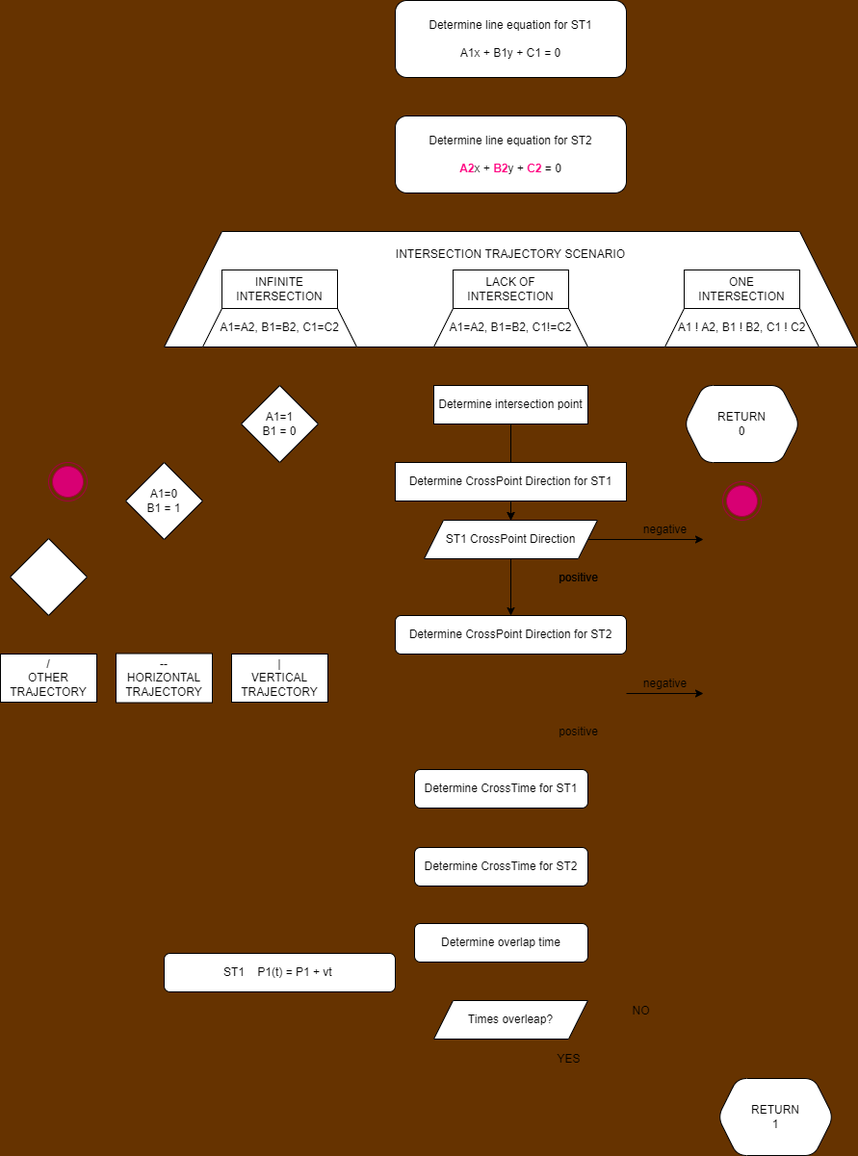
This is test.drawio.png from bajraan/MWP3_2C1---Stonogi, a draw.io export, as it was before one commit. Source tidied: cells renumbered, new cells last; positions are measured from the earlier drawing's top-left corner, leaving out a move shared by most shapes.
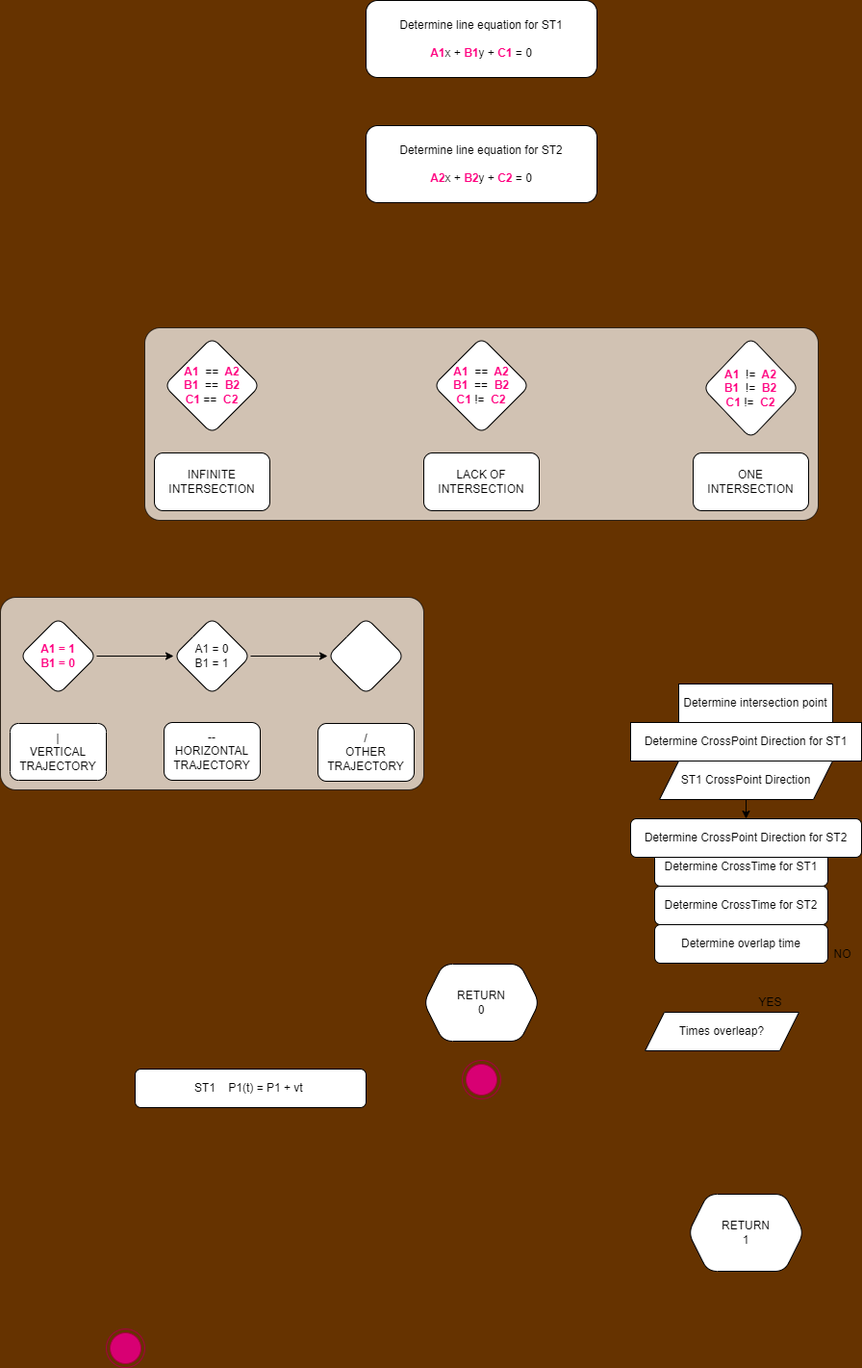
The same diagram one commit later.

The edit, as a diff of the source:
```diff
@@ -2,130 +2,107 @@
   <root>
     <mxCell id="0" />
     <mxCell id="1" parent="0" />
+    <mxCell id="42" style="rounded=1;whiteSpace=wrap;html=1;fontColor=#FF0080;opacity=70;strokeOpacity=100;fillOpacity=100;glass=0;sketch=0;shadow=0;arcSize=8;" parent="1" vertex="1">
+      <mxGeometry x="30" y="500" width="440" height="200" as="geometry" />
+    </mxCell>
+    <mxCell id="43" style="rounded=1;whiteSpace=wrap;html=1;fontColor=#FF0080;opacity=70;strokeOpacity=100;fillOpacity=100;glass=0;sketch=0;shadow=0;arcSize=8;" parent="1" vertex="1">
+      <mxGeometry x="180" y="220" width="700" height="200" as="geometry" />
+    </mxCell>
-    <mxCell id="2" value="Determine line equation for ST1&lt;br&gt;&lt;br&gt;A1x + B1y + C1 = 0" style="whiteSpace=wrap;html=1;rounded=1;" parent="1" vertex="1">
-      <mxGeometry x="410" width="240" height="80" as="geometry" />
+    <mxCell id="2" value="Determine line equation for ST1&lt;br&gt;&lt;br&gt;&lt;b&gt;&lt;font color=&quot;#ff0080&quot;&gt;A1&lt;/font&gt;&lt;/b&gt;x +&amp;nbsp;&lt;b&gt;&lt;font color=&quot;#ff0080&quot;&gt;B1&lt;/font&gt;&lt;/b&gt;y +&amp;nbsp;&lt;b&gt;&lt;font color=&quot;#ff0080&quot;&gt;C1&lt;/font&gt;&lt;/b&gt;&amp;nbsp;= 0" style="whiteSpace=wrap;html=1;rounded=1;" parent="1" vertex="1">
+      <mxGeometry x="410" y="-120" width="240" height="80" as="geometry" />
     </mxCell>
     <mxCell id="3" value="Determine line equation for ST2&lt;br&gt;&lt;br&gt;&lt;b&gt;&lt;font color=&quot;#ff0080&quot;&gt;A2&lt;/font&gt;&lt;/b&gt;x + &lt;b&gt;&lt;font color=&quot;#ff0080&quot;&gt;B2&lt;/font&gt;&lt;/b&gt;y + &lt;b&gt;&lt;font color=&quot;#ff0080&quot;&gt;C2&lt;/font&gt;&lt;/b&gt; = 0" style="whiteSpace=wrap;html=1;rounded=1;" parent="1" vertex="1">
-      <mxGeometry x="410" y="120" width="240" height="80" as="geometry" />
+      <mxGeometry x="410" y="10" width="240" height="80" as="geometry" />
     </mxCell>
-    <mxCell id="4" style="edgeStyle=none;html=1;fontColor=#FF0080;" parent="1" edge="1" source="5" target="17">
-      <mxGeometry relative="1" as="geometry" />
-    </mxCell>
     <mxCell id="5" value="Determine intersection point" style="whiteSpace=wrap;html=1;rounded=0;" parent="1" vertex="1">
-      <mxGeometry x="450" y="400" width="160" height="40" as="geometry" />
+      <mxGeometry x="735" y="590" width="160" height="40" as="geometry" />
     </mxCell>
     <mxCell id="6" value="Determine CrossTime for ST1" style="whiteSpace=wrap;html=1;rounded=1;" parent="1" vertex="1">
-      <mxGeometry x="430" y="799" width="180" height="40" as="geometry" />
+      <mxGeometry x="710" y="760" width="180" height="40" as="geometry" />
     </mxCell>
     <mxCell id="7" value="Determine CrossTime for ST2" style="whiteSpace=wrap;html=1;rounded=1;" parent="1" vertex="1">
-      <mxGeometry x="430" y="880" width="180" height="40" as="geometry" />
+      <mxGeometry x="710" y="800" width="180" height="40" as="geometry" />
     </mxCell>
     <mxCell id="8" value="Determine overlap time" style="whiteSpace=wrap;html=1;rounded=1;" parent="1" vertex="1">
-      <mxGeometry x="430" y="959" width="180" height="40" as="geometry" />
+      <mxGeometry x="710" y="840" width="180" height="40" as="geometry" />
     </mxCell>
     <mxCell id="9" value="RETURN&lt;br&gt;0" style="shape=hexagon;perimeter=hexagonPerimeter2;whiteSpace=wrap;html=1;fixedSize=1;rounded=1;" parent="1" vertex="1">
-      <mxGeometry x="710" y="400" width="120" height="80" as="geometry" />
+      <mxGeometry x="470" y="881" width="120" height="80" as="geometry" />
     </mxCell>
     <mxCell id="10" value="RETURN&lt;br&gt;1" style="shape=hexagon;perimeter=hexagonPerimeter2;whiteSpace=wrap;html=1;fixedSize=1;rounded=1;" parent="1" vertex="1">
       <mxGeometry x="745" y="1120" width="120" height="80" as="geometry" />
     </mxCell>
     <mxCell id="11" value="NO" style="text;html=1;align=center;verticalAlign=middle;fillColor=none;strokeColor=none;rounded=0;" parent="1" vertex="1">
-      <mxGeometry x="650" y="1040" width="30" height="20" as="geometry" />
+      <mxGeometry x="890" y="861" width="30" height="20" as="geometry" />
     </mxCell>
     <mxCell id="12" value="YES" style="text;html=1;align=center;verticalAlign=middle;fillColor=none;strokeColor=none;rounded=0;" parent="1" vertex="1">
-      <mxGeometry x="570" y="1090" width="40" height="20" as="geometry" />
+      <mxGeometry x="810" y="911" width="40" height="20" as="geometry" />
     </mxCell>
-    <mxCell id="13" style="edgeStyle=none;html=1;entryX=0.5;entryY=0;entryDx=0;entryDy=0;" parent="1" edge="1" source="14" target="17">
-      <mxGeometry relative="1" as="geometry" />
-    </mxCell>
     <mxCell id="14" value="Determine CrossPoint Direction for ST1" style="whiteSpace=wrap;html=1;rounded=0;fillColor=default;" parent="1" vertex="1">
-      <mxGeometry x="410" y="480" width="240" height="40" as="geometry" />
+      <mxGeometry x="685" y="630" width="240" height="40" as="geometry" />
     </mxCell>
-    <mxCell id="15" style="edgeStyle=none;html=1;" parent="1" edge="1" source="17">
-      <mxGeometry relative="1" as="geometry">
-        <mxPoint x="730" y="560" as="targetPoint" />
-      </mxGeometry>
-    </mxCell>
     <mxCell id="16" style="edgeStyle=none;html=1;entryX=0.5;entryY=0;entryDx=0;entryDy=0;" parent="1" edge="1" source="17" target="18">
       <mxGeometry relative="1" as="geometry" />
     </mxCell>
     <mxCell id="17" value="ST1 CrossPoint Direction" style="shape=parallelogram;perimeter=parallelogramPerimeter;whiteSpace=wrap;html=1;fixedSize=1;rounded=0;" parent="1" vertex="1">
-      <mxGeometry x="440" y="540" width="180" height="40" as="geometry" />
+      <mxGeometry x="715" y="670" width="180" height="40" as="geometry" />
     </mxCell>
     <mxCell id="18" value="Determine CrossPoint Direction for ST2" style="whiteSpace=wrap;html=1;rounded=1;" parent="1" vertex="1">
-      <mxGeometry x="410" y="639" width="240" height="40" as="geometry" />
+      <mxGeometry x="685" y="730" width="240" height="40" as="geometry" />
     </mxCell>
     <mxCell id="19" value="Times overleap?" style="shape=parallelogram;perimeter=parallelogramPerimeter;whiteSpace=wrap;html=1;fixedSize=1;rounded=0;size=20;" parent="1" vertex="1">
-      <mxGeometry x="450" y="1039" width="160" height="40" as="geometry" />
+      <mxGeometry x="700" y="931" width="160" height="40" as="geometry" />
     </mxCell>
-    <mxCell id="20" value="negative" style="text;html=1;align=center;verticalAlign=middle;fillColor=none;strokeColor=none;rounded=0;" parent="1" vertex="1">
-      <mxGeometry x="660" y="540" width="60" height="20" as="geometry" />
-    </mxCell>
-    <mxCell id="21" value="positive" style="text;html=1;align=center;verticalAlign=middle;fillColor=none;strokeColor=none;rounded=0;" parent="1" vertex="1">
-      <mxGeometry x="570" y="590" width="60" height="20" as="geometry" />
-    </mxCell>
-    <mxCell id="22" value="positive" style="text;html=1;align=center;verticalAlign=middle;fillColor=none;strokeColor=none;rounded=0;" parent="1" vertex="1">
-      <mxGeometry x="570" y="590" width="60" height="20" as="geometry" />
-    </mxCell>
-    <mxCell id="23" style="edgeStyle=none;html=1;" parent="1" edge="1">
-      <mxGeometry relative="1" as="geometry">
-        <mxPoint x="650" y="720" as="sourcePoint" />
-        <mxPoint x="730" y="720" as="targetPoint" />
-      </mxGeometry>
-    </mxCell>
-    <mxCell id="24" value="negative" style="text;html=1;align=center;verticalAlign=middle;fillColor=none;strokeColor=none;rounded=0;" parent="1" vertex="1">
-      <mxGeometry x="660" y="700" width="60" height="20" as="geometry" />
-    </mxCell>
-    <mxCell id="25" value="positive" style="text;html=1;align=center;verticalAlign=middle;fillColor=none;strokeColor=none;rounded=0;" parent="1" vertex="1">
-      <mxGeometry x="570" y="750" width="60" height="20" as="geometry" />
-    </mxCell>
-    <mxCell id="26" value="INTERSECTION TRAJECTORY SCENARIO&lt;br&gt;&lt;br&gt;&lt;br&gt;&lt;br&gt;&lt;br&gt;&lt;br&gt;" style="shape=trapezoid;perimeter=trapezoidPerimeter;whiteSpace=wrap;html=1;fixedSize=1;size=60;" parent="1" vertex="1">
-      <mxGeometry x="170" y="240" width="720" height="120" as="geometry" />
-    </mxCell>
-    <mxCell id="27" value="A1=A2, B1=B2, C1=C2" style="shape=trapezoid;perimeter=trapezoidPerimeter;whiteSpace=wrap;html=1;fixedSize=1;" parent="1" vertex="1">
-      <mxGeometry x="210" y="320" width="160" height="40" as="geometry" />
+    <mxCell id="27" value="&lt;b&gt;&lt;font color=&quot;#ff0080&quot;&gt;A1&amp;nbsp;&amp;nbsp;&lt;/font&gt;&lt;/b&gt;==&amp;nbsp;&lt;b&gt;&lt;font color=&quot;#ff0080&quot;&gt;&amp;nbsp;A2&lt;br&gt;B1&amp;nbsp;&amp;nbsp;&lt;/font&gt;&lt;/b&gt;==&amp;nbsp;&lt;b&gt;&lt;font color=&quot;#ff0080&quot;&gt;&amp;nbsp;B2&lt;br&gt;C1&amp;nbsp;&lt;/font&gt;&lt;/b&gt;==&amp;nbsp;&lt;b&gt;&lt;font color=&quot;#ff0080&quot;&gt;&amp;nbsp;C2&lt;/font&gt;&lt;/b&gt;" style="shape=rhombus;perimeter=trapezoidPerimeter;whiteSpace=wrap;html=1;fixedSize=1;size=-40;&#10;rounded=1;rounded=1;" parent="1" vertex="1">
+      <mxGeometry x="200" y="230" width="100" height="100" as="geometry" />
     </mxCell>
-    <mxCell id="28" value="&lt;span&gt;A1=A2, B1=B2, C1!=C2&lt;/span&gt;" style="shape=trapezoid;perimeter=trapezoidPerimeter;whiteSpace=wrap;html=1;fixedSize=1;" parent="1" vertex="1">
-      <mxGeometry x="450" y="320" width="160" height="40" as="geometry" />
+    <mxCell id="28" value="&lt;b&gt;&lt;font color=&quot;#ff0080&quot;&gt;A1&amp;nbsp;&amp;nbsp;&lt;/font&gt;&lt;/b&gt;==&amp;nbsp;&lt;b&gt;&lt;font color=&quot;#ff0080&quot;&gt;&amp;nbsp;A2&lt;br&gt;B1&amp;nbsp;&amp;nbsp;&lt;/font&gt;&lt;/b&gt;==&amp;nbsp;&lt;b&gt;&lt;font color=&quot;#ff0080&quot;&gt;&amp;nbsp;B2&lt;br&gt;C1 &lt;/font&gt;&lt;/b&gt;!=&amp;nbsp;&lt;b&gt;&lt;font color=&quot;#ff0080&quot;&gt;&amp;nbsp;C2&lt;/font&gt;&lt;/b&gt;" style="shape=rhombus;rounded=1;whiteSpace=wrap;html=1;fixedSize=1;" parent="1" vertex="1">
+      <mxGeometry x="480" y="230" width="100" height="100" as="geometry" />
     </mxCell>
-    <mxCell id="29" value="&lt;span&gt;A1 ! A2, B1 ! B2, C1 ! C2&lt;/span&gt;" style="shape=trapezoid;perimeter=trapezoidPerimeter;whiteSpace=wrap;html=1;fixedSize=1;" parent="1" vertex="1">
-      <mxGeometry x="690" y="320" width="160" height="40" as="geometry" />
+    <mxCell id="29" value="&lt;b&gt;&lt;font color=&quot;#ff0080&quot;&gt;A1&amp;nbsp; &lt;/font&gt;&lt;/b&gt;!=&amp;nbsp;&lt;b&gt;&lt;font color=&quot;#ff0080&quot;&gt;&amp;nbsp;A2&lt;br&gt;B1&amp;nbsp;&amp;nbsp;&lt;/font&gt;&lt;/b&gt;!=&amp;nbsp;&lt;b&gt;&lt;font color=&quot;#ff0080&quot;&gt;&amp;nbsp;B2&lt;br&gt;C1&amp;nbsp;&lt;/font&gt;&lt;/b&gt;!=&amp;nbsp;&lt;b&gt;&lt;font color=&quot;#ff0080&quot;&gt;&amp;nbsp;C2&lt;/font&gt;&lt;/b&gt;" style="rhombus;rounded=1;whiteSpace=wrap;html=1;fixedSize=1;" parent="1" vertex="1">
+      <mxGeometry x="760" y="230" width="100" height="105" as="geometry" />
     </mxCell>
-    <mxCell id="30" value="INFINITE INTERSECTION" style="rounded=0;whiteSpace=wrap;html=1;" parent="1" vertex="1">
-      <mxGeometry x="230" y="280" width="120" height="40" as="geometry" />
+    <mxCell id="30" value="INFINITE INTERSECTION" style="rounded=1;whiteSpace=wrap;html=1;" parent="1" vertex="1">
+      <mxGeometry x="190" y="350" width="120" height="60" as="geometry" />
     </mxCell>
-    <mxCell id="31" value="ONE INTERSECTION" style="rounded=0;whiteSpace=wrap;html=1;" parent="1" vertex="1">
-      <mxGeometry x="710" y="280" width="120" height="40" as="geometry" />
+    <mxCell id="31" value="ONE INTERSECTION" style="rounded=1;whiteSpace=wrap;html=1;" parent="1" vertex="1">
+      <mxGeometry x="750" y="350" width="120" height="60" as="geometry" />
     </mxCell>
-    <mxCell id="32" value="LACK OF INTERSECTION" style="rounded=0;whiteSpace=wrap;html=1;" parent="1" vertex="1">
-      <mxGeometry x="470" y="280" width="120" height="40" as="geometry" />
+    <mxCell id="32" value="LACK OF INTERSECTION" style="rounded=1;whiteSpace=wrap;html=1;" parent="1" vertex="1">
+      <mxGeometry x="470" y="350" width="120" height="60" as="geometry" />
     </mxCell>
     <mxCell id="33" value="ST1&amp;nbsp; &amp;nbsp; P1(t) = P1 + vt&amp;nbsp;" style="whiteSpace=wrap;html=1;rounded=1;" parent="1" vertex="1">
       <mxGeometry x="170" y="990" width="240" height="40" as="geometry" />
     </mxCell>
-    <mxCell id="34" value="|&lt;br&gt;VERTICAL TRAJECTORY" style="shape=rectangular;perimeter=hexagonPerimeter2;whiteSpace=wrap;html=1;fixedSize=1;" parent="1" vertex="1">
-      <mxGeometry x="240" y="679" width="100" height="50" as="geometry" />
+    <mxCell id="34" value="|&lt;br&gt;VERTICAL TRAJECTORY" style="shape=rectangular;perimeter=hexagonPerimeter2;whiteSpace=wrap;html=1;fixedSize=1;sketch=0;rounded=1;" parent="1" vertex="1">
+      <mxGeometry x="40" y="631" width="100" height="59" as="geometry" />
     </mxCell>
-    <mxCell id="35" value="--&lt;br&gt;HORIZONTAL TRAJECTORY" style="shape=rectangular;perimeter=hexagonPerimeter2;whiteSpace=wrap;html=1;fixedSize=1;" parent="1" vertex="1">
-      <mxGeometry x="120" y="678.5" width="100" height="51" as="geometry" />
+    <mxCell id="35" value="--&lt;br&gt;HORIZONTAL TRAJECTORY" style="shape=rectangular;perimeter=hexagonPerimeter2;whiteSpace=wrap;html=1;fixedSize=1;sketch=0;rounded=1;" parent="1" vertex="1">
+      <mxGeometry x="200" y="630" width="100" height="60" as="geometry" />
     </mxCell>
-    <mxCell id="36" value="/&lt;br&gt;OTHER TRAJECTORY" style="shape=rectangular;perimeter=hexagonPerimeter2;whiteSpace=wrap;html=1;fixedSize=1;" parent="1" vertex="1">
-      <mxGeometry y="679" width="100" height="50" as="geometry" />
+    <mxCell id="36" value="/&lt;br&gt;OTHER TRAJECTORY" style="shape=rectangular;perimeter=hexagonPerimeter2;whiteSpace=wrap;html=1;fixedSize=1;sketch=0;rounded=1;" parent="1" vertex="1">
+      <mxGeometry x="360" y="631" width="100" height="60" as="geometry" />
     </mxCell>
+    <mxCell id="44" style="edgeStyle=none;html=1;fontColor=#FF0080;" parent="1" edge="1" source="37" target="38">
+      <mxGeometry relative="1" as="geometry" />
+    </mxCell>
-    <mxCell id="37" value="A1=1&lt;br&gt;B1 = 0&lt;br&gt;" style="rhombus;whiteSpace=wrap;html=1;" parent="1" vertex="1">
-      <mxGeometry x="250" y="400" width="80" height="80" as="geometry" />
+    <mxCell id="37" value="&lt;b&gt;&lt;font color=&quot;#ff0080&quot;&gt;A1 = 1&lt;br&gt;B1 = 0&lt;/font&gt;&lt;/b&gt;" style="rhombus;whiteSpace=wrap;html=1;direction=south;rounded=1;" parent="1" vertex="1">
+      <mxGeometry x="50" y="521" width="80" height="80" as="geometry" />
     </mxCell>
+    <mxCell id="45" style="edgeStyle=none;html=1;fontColor=#FF0080;" parent="1" edge="1" source="38" target="39">
+      <mxGeometry relative="1" as="geometry" />
+    </mxCell>
-    <mxCell id="38" value="&lt;span&gt;A1=0&lt;/span&gt;&lt;br&gt;&lt;span&gt;B1 = 1&lt;/span&gt;" style="rhombus;whiteSpace=wrap;html=1;" parent="1" vertex="1">
-      <mxGeometry x="130" y="480" width="80" height="80" as="geometry" />
+    <mxCell id="38" value="&lt;span&gt;A1 = 0&lt;/span&gt;&lt;br&gt;&lt;span&gt;B1 = 1&lt;/span&gt;" style="rhombus;whiteSpace=wrap;html=1;rounded=1;" parent="1" vertex="1">
+      <mxGeometry x="210" y="521" width="80" height="80" as="geometry" />
     </mxCell>
-    <mxCell id="39" style="rhombus;whiteSpace=wrap;html=1;" parent="1" vertex="1">
-      <mxGeometry x="10" y="559" width="80" height="80" as="geometry" />
+    <mxCell id="39" style="rhombus;whiteSpace=wrap;html=1;rounded=1;" parent="1" vertex="1">
+      <mxGeometry x="370" y="521" width="80" height="80" as="geometry" />
     </mxCell>
     <mxCell id="40" style="ellipse;html=1;shape=endState;fillColor=#d80073;strokeColor=#A50040;fontColor=#ffffff;" parent="1" vertex="1">
-      <mxGeometry x="50" y="480" width="40" height="40" as="geometry" />
+      <mxGeometry x="140" y="1260" width="40" height="40" as="geometry" />
     </mxCell>
     <mxCell id="41" style="ellipse;html=1;shape=endState;fillColor=#d80073;strokeColor=#A50040;fontColor=#ffffff;" parent="1" vertex="1">
-      <mxGeometry x="750" y="500" width="40" height="40" as="geometry" />
+      <mxGeometry x="510" y="981" width="40" height="40" as="geometry" />
     </mxCell>
   </root>
 </mxGraphModel>
```
